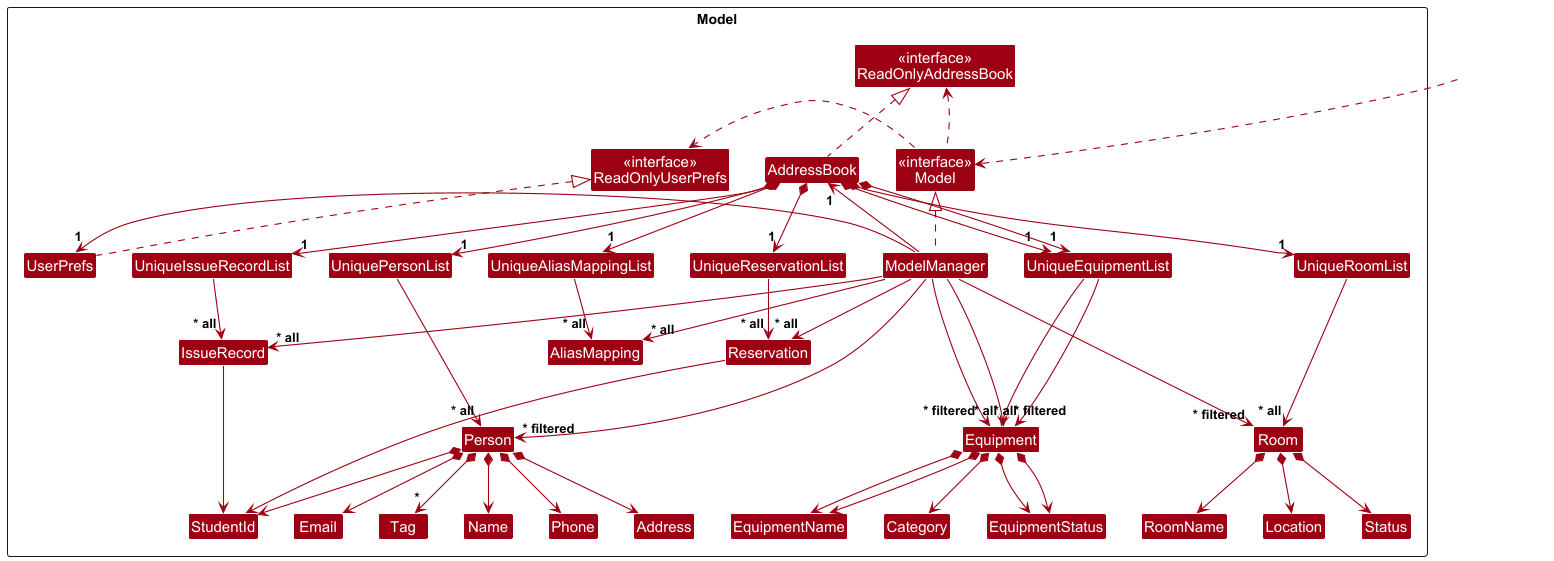
Earlier version of the PlantUML export docs/images/ModelClassDiagram.png (OnlyTheEnd/tp). Its diagram source:
```plantuml
@startuml
!include style.puml
skinparam arrowThickness 1.1
skinparam arrowColor MODEL_COLOR
skinparam classBackgroundColor MODEL_COLOR

Package Model as ModelPackage <<Rectangle>> {
Class "<<interface>>\nReadOnlyAddressBook" as ReadOnlyAddressBook
Class "<<interface>>\nReadOnlyUserPrefs" as ReadOnlyUserPrefs
Class "<<interface>>\nModel" as Model

Class AddressBook
Class ModelManager
Class UserPrefs

Class UniquePersonList
Class UniqueEquipmentList
Class UniqueReservationList
Class UniqueIssueRecordList
Class UniqueAliasMappingList

Class Person
Class Address
Class Email
Class Name
Class Phone
Class StudentId
Class Tag



Class Reservation
Class IssueRecord
Class AliasMapping
Class UniqueEquipmentList
Class Equipment
Class EquipmentName
Class Category
Class EquipmentStatus

Class UniqueRoomList
Class Room
Class RoomName
Class Location
Class Status


Class I #FFFFFF
}

Class HiddenOutside #FFFFFF
HiddenOutside ..> Model

ReadOnlyAddressBook -[hidden]right-> Model
Model -[hidden]right-> ReadOnlyUserPrefs

AddressBook .up.|> ReadOnlyAddressBook

ModelManager .up.|> Model
Model .right.> ReadOnlyUserPrefs
Model .left.> ReadOnlyAddressBook
ModelManager -left-> "1" AddressBook
ModelManager -right-> "1" UserPrefs
UserPrefs .up.|> ReadOnlyUserPrefs

AddressBook *--> "1" UniquePersonList
AddressBook *--> "1" UniqueEquipmentList
AddressBook *--> "1" UniqueReservationList
AddressBook *--> "1" UniqueIssueRecordList
AddressBook *--> "1" UniqueAliasMappingList

UniquePersonList --> "~* all" Person
UniqueEquipmentList --> "~* all" Equipment
UniqueReservationList --> "~* all" Reservation
UniqueIssueRecordList --> "~* all" IssueRecord
UniqueAliasMappingList --> "~* all" AliasMapping

Person *--> Name
Person *--> Phone
Person *--> Email
Person *--> Address
Person *--> StudentId
Person *--> "*" Tag

Equipment *--> EquipmentName
Equipment *--> EquipmentStatus

Reservation --> StudentId
IssueRecord --> StudentId

Person -[hidden]up--> I
UniquePersonList -[hidden]right-> I
UniqueEquipmentList -[hidden]right-> I
UniqueReservationList -[hidden]right-> I
UniqueIssueRecordList -[hidden]right-> I

Name -[hidden]right-> Phone
Phone -[hidden]right-> Address
Address -[hidden]right-> Email
Email -[hidden]right-> StudentId

ModelManager --> "~* filtered" Person
ModelManager --> "~* filtered" Equipment
ModelManager --> "~* all" Reservation
ModelManager --> "~* all" IssueRecord
ModelManager --> "~* all" AliasMapping

AddressBook *--> "1" UniqueEquipmentList
UniqueEquipmentList --> "~* all" Equipment
Equipment *--> EquipmentName
Equipment *--> Category
Equipment *--> EquipmentStatus

Equipment -[hidden]up--> I
UniqueEquipmentList -[hidden]right-> I

EquipmentName -[hidden]right-> Category
Category -[hidden]right-> EquipmentStatus

ModelManager --> "~* filtered" Equipment

AddressBook *--> "1" UniqueRoomList
UniqueRoomList --> "~* all" Room
Room *--> RoomName
Room *--> Location
Room *--> Status

Room -[hidden]up--> I
UniqueRoomList -[hidden]right-> I

RoomName -[hidden]right-> Location
Location -[hidden]right-> Status

ModelManager --> "~* filtered" Room
@enduml
```
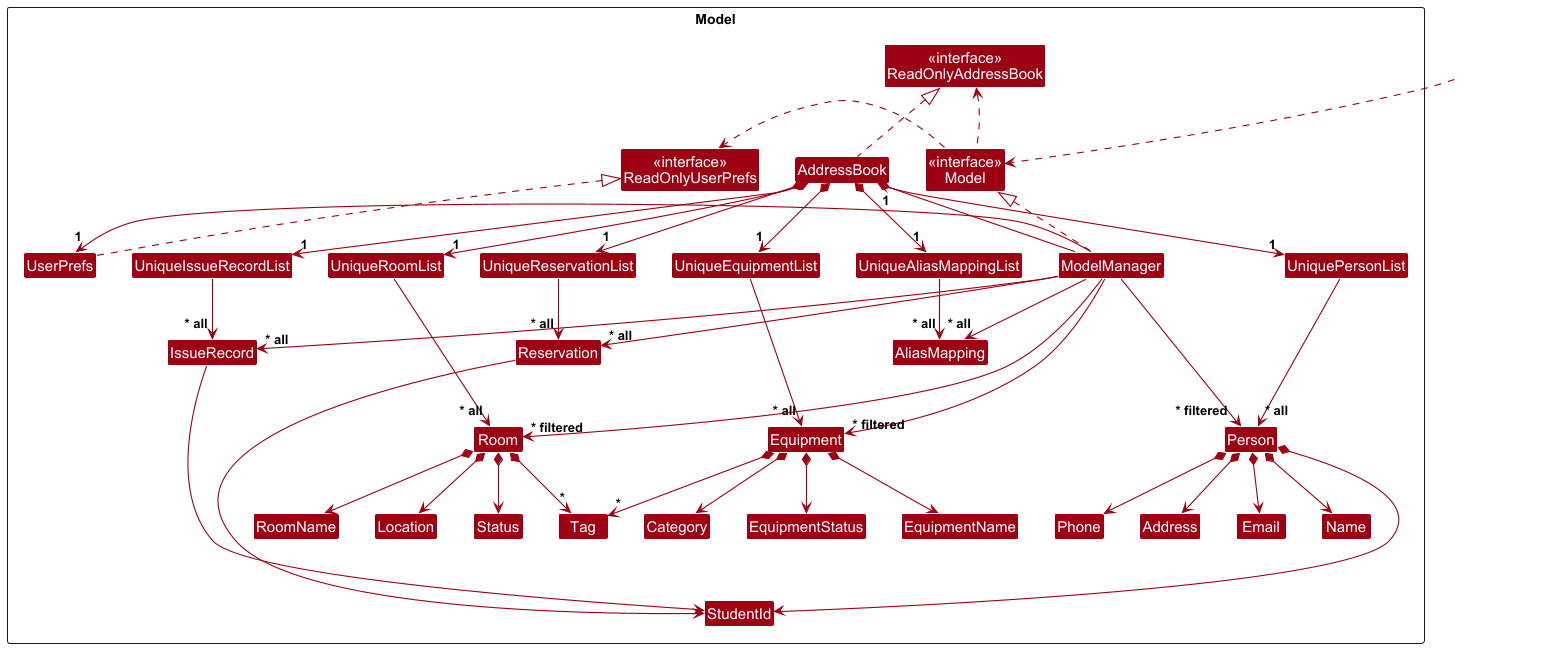
The same file after the commit.

Commit message:
Update developer guide for equipment and room feature

Diff of the diagram source:
```diff
@@ -65,12 +65,14 @@
 
 AddressBook *--> "1" UniquePersonList
 AddressBook *--> "1" UniqueEquipmentList
+AddressBook *--> "1" UniqueRoomList
 AddressBook *--> "1" UniqueReservationList
 AddressBook *--> "1" UniqueIssueRecordList
 AddressBook *--> "1" UniqueAliasMappingList
 
 UniquePersonList --> "~* all" Person
 UniqueEquipmentList --> "~* all" Equipment
+UniqueRoomList --> "~* all" Room
 UniqueReservationList --> "~* all" Reservation
 UniqueIssueRecordList --> "~* all" IssueRecord
 UniqueAliasMappingList --> "~* all" AliasMapping
@@ -80,17 +82,27 @@
 Person *--> Email
 Person *--> Address
 Person *--> StudentId
-Person *--> "*" Tag
+
 
 Equipment *--> EquipmentName
+Equipment *--> Category
 Equipment *--> EquipmentStatus
+Equipment *--> "*" Tag
+
+Room *--> RoomName
+Room *--> Location
+Room *--> Status
+Room *--> "*" Tag
 
 Reservation --> StudentId
-IssueRecord --> StudentId
+IssueRecord ----> StudentId
 
 Person -[hidden]up--> I
 UniquePersonList -[hidden]right-> I
+Equipment -[hidden]up--> I
 UniqueEquipmentList -[hidden]right-> I
+Room -[hidden]up--> I
+UniqueRoomList -[hidden]right-> I
 UniqueReservationList -[hidden]right-> I
 UniqueIssueRecordList -[hidden]right-> I
 
@@ -99,37 +111,16 @@
 Address -[hidden]right-> Email
 Email -[hidden]right-> StudentId
 
-ModelManager --> "~* filtered" Person
-ModelManager --> "~* filtered" Equipment
-ModelManager --> "~* all" Reservation
-ModelManager --> "~* all" IssueRecord
-ModelManager --> "~* all" AliasMapping
-
-AddressBook *--> "1" UniqueEquipmentList
-UniqueEquipmentList --> "~* all" Equipment
-Equipment *--> EquipmentName
-Equipment *--> Category
-Equipment *--> EquipmentStatus
-
-Equipment -[hidden]up--> I
-UniqueEquipmentList -[hidden]right-> I
-
 EquipmentName -[hidden]right-> Category
 Category -[hidden]right-> EquipmentStatus
-
-ModelManager --> "~* filtered" Equipment
-
-AddressBook *--> "1" UniqueRoomList
-UniqueRoomList --> "~* all" Room
-Room *--> RoomName
-Room *--> Location
-Room *--> Status
-
-Room -[hidden]up--> I
-UniqueRoomList -[hidden]right-> I
 
 RoomName -[hidden]right-> Location
 Location -[hidden]right-> Status
 
+ModelManager --> "~* filtered" Person
+ModelManager --> "~* filtered" Equipment
 ModelManager --> "~* filtered" Room
+ModelManager --> "~* all" Reservation
+ModelManager --> "~* all" IssueRecord
+ModelManager --> "~* all" AliasMapping
 @enduml
```
